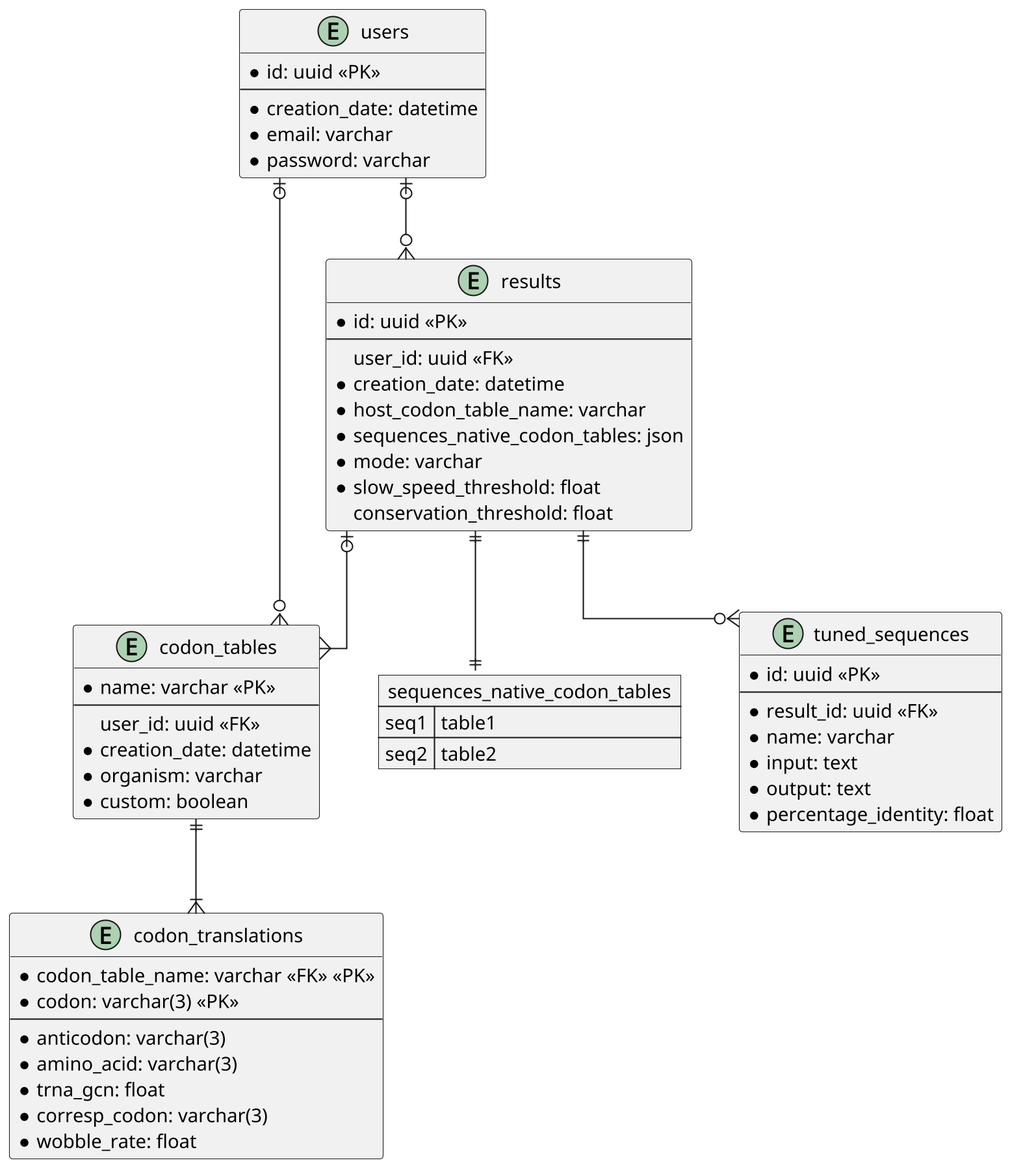
This is db_schema.png from tbonnabaud/expressinhost_web, a PlantUML export, as it was before one commit.
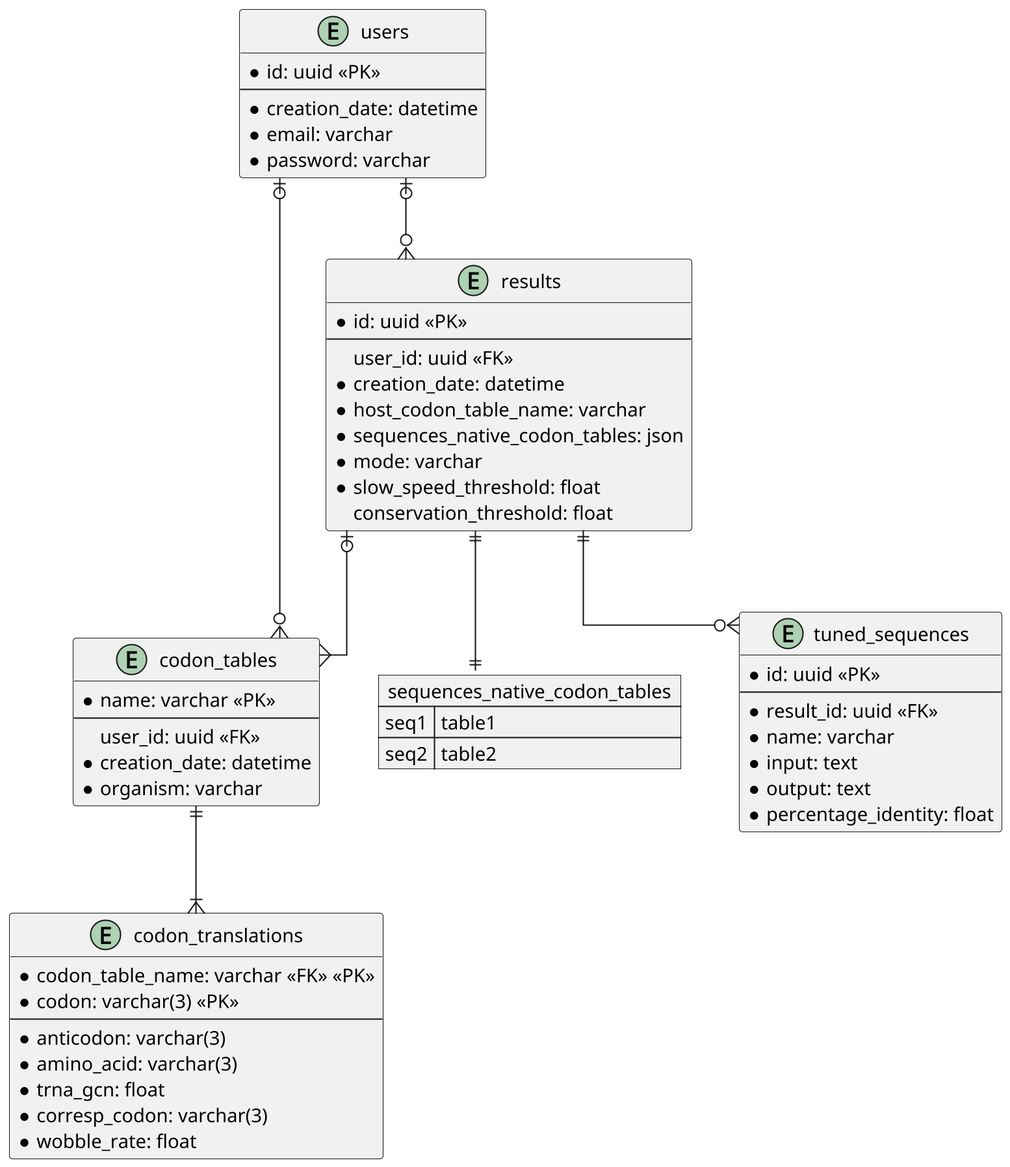
After the commit.

Commit message:
Remove custom field because if user_id is set, table is custom

Diff of the diagram source:
```diff
@@ -17,7 +17,6 @@
     user_id: uuid <<FK>>
     * creation_date: datetime
     * organism: varchar
-    * custom: boolean
 }
 
 entity codon_translations {
```
